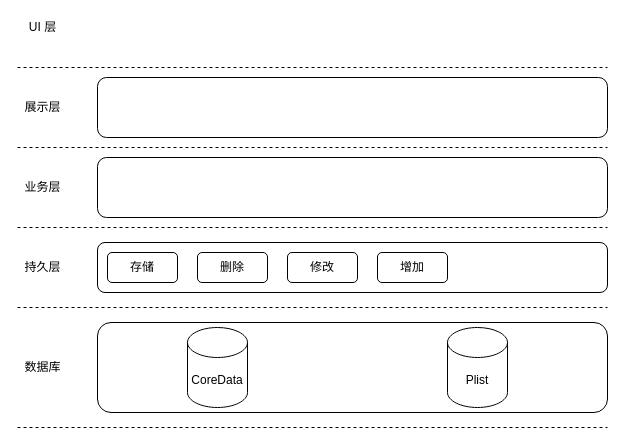
This is Untitled Diagram.drawio from corccc/Drawio, a draw.io file, before an edit. Source tidied: cells renumbered, new cells numbered last; positions are measured from the earlier drawing's top-left corner, leaving out a move shared by most shapes. Both pictures are drawn from the tidied source at 100%, with x=0, y=0 at pixel (17, 17).
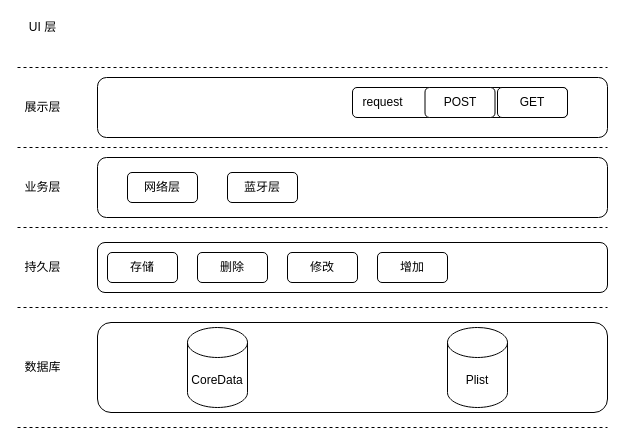
After the change.

What changed in the source:
```diff
@@
-    <mxCell id="18" value="存储" style="rounded=1;whiteSpace=wrap;html=1;" parent="1" vertex="1">
-      <mxGeometry x="90" y="235" width="70" height="30" as="geometry" />
+    <mxCell id="18" value="网络层" style="rounded=1;whiteSpace=wrap;html=1;" parent="1" vertex="1">
+      <mxGeometry x="110" y="155" width="70" height="30" as="geometry" />
     </mxCell>
@@
+    <mxCell id="22" value="存储" style="rounded=1;whiteSpace=wrap;html=1;" parent="1" vertex="1">
+      <mxGeometry x="90" y="235" width="70" height="30" as="geometry" />
+    </mxCell>
+    <mxCell id="23" value="蓝牙层" style="rounded=1;whiteSpace=wrap;html=1;" parent="1" vertex="1">
+      <mxGeometry x="210" y="155" width="70" height="30" as="geometry" />
+    </mxCell>
+    <mxCell id="24" style="rounded=1;whiteSpace=wrap;html=1;" parent="1" vertex="1">
+      <mxGeometry x="335" y="70" width="215" height="30" as="geometry" />
+    </mxCell>
+    <mxCell id="25" value="request" style="text;html=1;align=center;verticalAlign=middle;strokeColor=none;fillColor=none;" parent="1" vertex="1">
+      <mxGeometry x="335" y="75" width="60" height="20" as="geometry" />
+    </mxCell>
+    <mxCell id="26" value="POST" style="rounded=1;whiteSpace=wrap;html=1;" parent="1" vertex="1">
+      <mxGeometry x="407.5" y="70" width="70" height="30" as="geometry" />
+    </mxCell>
+    <mxCell id="27" value="GET" style="rounded=1;whiteSpace=wrap;html=1;" parent="1" vertex="1">
+      <mxGeometry x="480" y="70" width="70" height="30" as="geometry" />
+    </mxCell>
```
